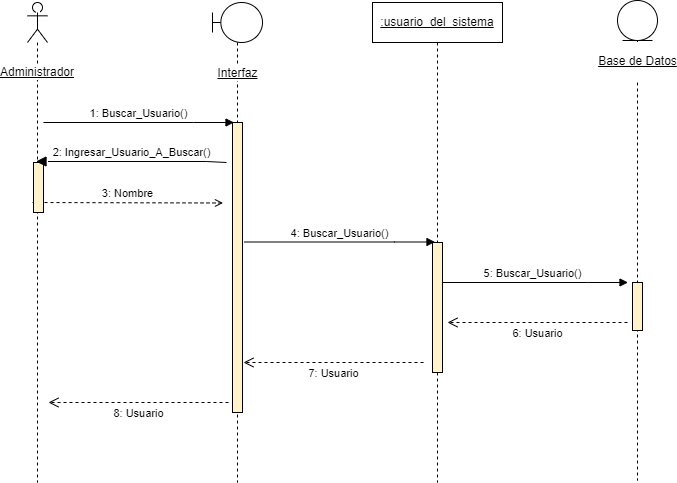
Above: CEA Proyect/Diagramas&Diseños/DiagramDeSecuencias/DSBuscarUsuario.png in ludwingx/AppCEA (draw.io), before the change. Source tidied: cells renumbered, new cells last; positions are measured from the earlier drawing's top-left corner, leaving out a move shared by most shapes. The source it was exported from:
```xml
<mxGraphModel>
  <root>
    <mxCell id="0" />
    <mxCell id="1" parent="0" />
    <mxCell id="2" value="5: Buscar_Usuario()" style="html=1;verticalAlign=bottom;endArrow=block;rounded=0;" parent="1" edge="1">
      <mxGeometry relative="1" as="geometry">
        <mxPoint x="410" y="282" as="sourcePoint" />
        <mxPoint x="600.5" y="282" as="targetPoint" />
        <Array as="points">
          <mxPoint x="560" y="282" />
        </Array>
      </mxGeometry>
    </mxCell>
    <mxCell id="3" value="3: Nombre" style="html=1;verticalAlign=bottom;endArrow=open;rounded=0;dashed=1;endFill=0;" parent="1" edge="1">
      <mxGeometry relative="1" as="geometry">
        <mxPoint x="5" y="202" as="sourcePoint" />
        <mxPoint x="195.5" y="202.5" as="targetPoint" />
      </mxGeometry>
    </mxCell>
    <mxCell id="4" value="Administrador" style="shape=umlLifeline;participant=umlActor;perimeter=lifelinePerimeter;whiteSpace=wrap;html=1;verticalAlign=middle;spacingTop=100;labelBackgroundColor=default;fontStyle=4;" parent="1" vertex="1">
      <mxGeometry y="2" width="20" height="480" as="geometry" />
    </mxCell>
    <mxCell id="5" value="Interfaz" style="shape=umlLifeline;participant=umlBoundary;perimeter=lifelinePerimeter;html=1;verticalAlign=middle;spacingTop=102;spacing=0;labelBackgroundColor=default;labelBorderColor=none;fontStyle=4;" parent="1" vertex="1">
      <mxGeometry x="185" y="2" width="50" height="480" as="geometry" />
    </mxCell>
    <mxCell id="6" style="html=1;perimeter=orthogonalPerimeter;labelBackgroundColor=default;labelBorderColor=none;strokeColor=#000000;fillColor=#fff2cc;" parent="5" vertex="1">
      <mxGeometry x="20" y="120" width="10" height="290" as="geometry" />
    </mxCell>
    <mxCell id="7" value="&lt;u&gt;:usuario_del_sistema&lt;/u&gt;" style="shape=umlLifeline;perimeter=lifelinePerimeter;whiteSpace=wrap;html=1;" parent="1" vertex="1">
      <mxGeometry x="345" y="2" width="130" height="480" as="geometry" />
    </mxCell>
    <mxCell id="8" style="html=1;perimeter=orthogonalPerimeter;labelBackgroundColor=default;labelBorderColor=none;strokeColor=#000000;fillColor=#fff2cc;" parent="7" vertex="1">
      <mxGeometry x="60" y="240" width="10" height="130" as="geometry" />
    </mxCell>
    <mxCell id="9" value="7: Usuario" style="html=1;verticalAlign=bottom;endArrow=open;dashed=1;endSize=8;rounded=0;strokeColor=default;" parent="7" edge="1">
      <mxGeometry y="20" relative="1" as="geometry">
        <mxPoint x="51" y="360" as="sourcePoint" />
        <mxPoint x="-129" y="360" as="targetPoint" />
      </mxGeometry>
    </mxCell>
    <mxCell id="10" value="&lt;p style=&quot;line-height: 1.2;&quot;&gt;&lt;u&gt;Base de Datos&lt;/u&gt;&lt;/p&gt;" style="shape=umlLifeline;participant=umlEntity;perimeter=lifelinePerimeter;html=1;verticalAlign=middle;spacingTop=81;fontSize=12;labelPosition=center;verticalLabelPosition=middle;align=center;spacingRight=0;spacing=0;labelBorderColor=none;labelBackgroundColor=default;" parent="1" vertex="1">
      <mxGeometry x="590" width="40" height="480" as="geometry" />
    </mxCell>
    <mxCell id="11" style="html=1;points=[];perimeter=orthogonalPerimeter;labelBackgroundColor=default;labelBorderColor=none;strokeColor=#000000;fillColor=#fff2cc;" parent="10" vertex="1">
      <mxGeometry x="15" y="282" width="10" height="48" as="geometry" />
    </mxCell>
    <mxCell id="12" style="html=1;perimeter=orthogonalPerimeter;labelBackgroundColor=default;labelBorderColor=none;strokeColor=#000000;fillColor=#fff2cc;" parent="1" vertex="1">
      <mxGeometry x="6" y="162" width="10" height="50" as="geometry" />
    </mxCell>
    <mxCell id="13" value="1: Buscar_Usuario()" style="html=1;verticalAlign=bottom;endArrow=block;rounded=0;" parent="1" edge="1">
      <mxGeometry relative="1" as="geometry">
        <mxPoint x="16" y="122" as="sourcePoint" />
        <mxPoint x="206.5" y="122" as="targetPoint" />
        <Array as="points">
          <mxPoint x="166" y="122" />
        </Array>
      </mxGeometry>
    </mxCell>
    <mxCell id="14" value="2: Ingresar_Usuario_A_Buscar()" style="html=1;verticalAlign=bottom;endArrow=block;endSize=8;rounded=0;endFill=1;" parent="1" edge="1">
      <mxGeometry relative="1" as="geometry">
        <mxPoint x="199" y="162" as="sourcePoint" />
        <mxPoint x="8.5" y="161" as="targetPoint" />
        <Array as="points">
          <mxPoint x="179" y="161" />
        </Array>
      </mxGeometry>
    </mxCell>
    <mxCell id="15" value="4: Buscar_Usuario()" style="html=1;verticalAlign=bottom;endArrow=block;rounded=0;" parent="1" edge="1">
      <mxGeometry relative="1" as="geometry">
        <mxPoint x="217" y="241.5" as="sourcePoint" />
        <mxPoint x="407.5" y="241.5" as="targetPoint" />
        <Array as="points">
          <mxPoint x="367" y="241.5" />
        </Array>
      </mxGeometry>
    </mxCell>
    <mxCell id="16" value="6: Usuario" style="html=1;verticalAlign=bottom;endArrow=open;dashed=1;endSize=8;rounded=0;strokeColor=default;" parent="1" edge="1">
      <mxGeometry y="20" relative="1" as="geometry">
        <mxPoint x="600" y="322" as="sourcePoint" />
        <mxPoint x="420" y="322" as="targetPoint" />
      </mxGeometry>
    </mxCell>
    <mxCell id="17" value="8: Usuario" style="html=1;verticalAlign=bottom;endArrow=open;dashed=1;endSize=8;rounded=0;strokeColor=default;" parent="1" edge="1">
      <mxGeometry y="20" relative="1" as="geometry">
        <mxPoint x="201" y="402" as="sourcePoint" />
        <mxPoint x="21" y="402" as="targetPoint" />
      </mxGeometry>
    </mxCell>
  </root>
</mxGraphModel>
```
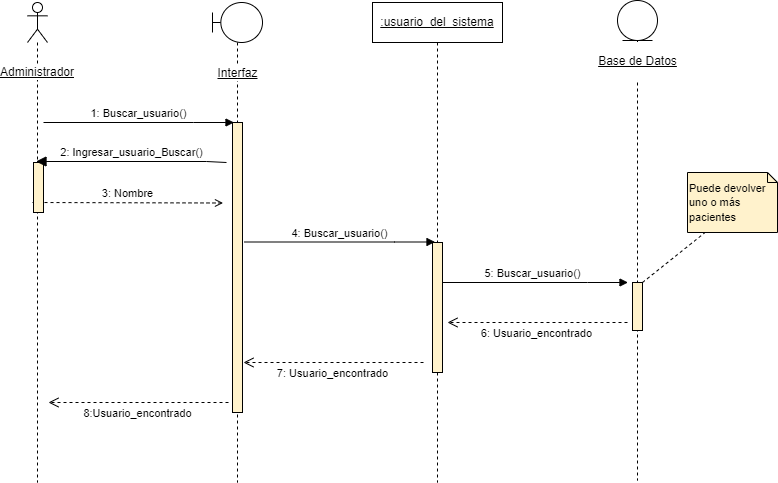
The same file after the commit.

Diff of the diagram source:
```diff
@@ -2,7 +2,7 @@
   <root>
     <mxCell id="0" />
     <mxCell id="1" parent="0" />
-    <mxCell id="2" value="5: Buscar_Usuario()" style="html=1;verticalAlign=bottom;endArrow=block;rounded=0;" parent="1" edge="1">
+    <mxCell id="2" value="5: Buscar_usuario()" style="html=1;verticalAlign=bottom;endArrow=block;rounded=0;" parent="1" edge="1">
       <mxGeometry relative="1" as="geometry">
         <mxPoint x="410" y="282" as="sourcePoint" />
         <mxPoint x="600.5" y="282" as="targetPoint" />
@@ -32,7 +32,7 @@
     <mxCell id="8" style="html=1;perimeter=orthogonalPerimeter;labelBackgroundColor=default;labelBorderColor=none;strokeColor=#000000;fillColor=#fff2cc;" parent="7" vertex="1">
       <mxGeometry x="60" y="240" width="10" height="130" as="geometry" />
     </mxCell>
-    <mxCell id="9" value="7: Usuario" style="html=1;verticalAlign=bottom;endArrow=open;dashed=1;endSize=8;rounded=0;strokeColor=default;" parent="7" edge="1">
+    <mxCell id="9" value="7: Usuario_encontrado" style="html=1;verticalAlign=bottom;endArrow=open;dashed=1;endSize=8;rounded=0;strokeColor=default;" parent="7" edge="1">
       <mxGeometry y="20" relative="1" as="geometry">
         <mxPoint x="51" y="360" as="sourcePoint" />
         <mxPoint x="-129" y="360" as="targetPoint" />
@@ -47,7 +47,7 @@
     <mxCell id="12" style="html=1;perimeter=orthogonalPerimeter;labelBackgroundColor=default;labelBorderColor=none;strokeColor=#000000;fillColor=#fff2cc;" parent="1" vertex="1">
       <mxGeometry x="6" y="162" width="10" height="50" as="geometry" />
     </mxCell>
-    <mxCell id="13" value="1: Buscar_Usuario()" style="html=1;verticalAlign=bottom;endArrow=block;rounded=0;" parent="1" edge="1">
+    <mxCell id="13" value="1: Buscar_usuario()" style="html=1;verticalAlign=bottom;endArrow=block;rounded=0;" parent="1" edge="1">
       <mxGeometry relative="1" as="geometry">
         <mxPoint x="16" y="122" as="sourcePoint" />
         <mxPoint x="206.5" y="122" as="targetPoint" />
@@ -56,7 +56,7 @@
         </Array>
       </mxGeometry>
     </mxCell>
-    <mxCell id="14" value="2: Ingresar_Usuario_A_Buscar()" style="html=1;verticalAlign=bottom;endArrow=block;endSize=8;rounded=0;endFill=1;" parent="1" edge="1">
+    <mxCell id="14" value="2: Ingresar_usuario_Buscar()" style="html=1;verticalAlign=bottom;endArrow=block;endSize=8;rounded=0;endFill=1;" parent="1" edge="1">
       <mxGeometry relative="1" as="geometry">
         <mxPoint x="199" y="162" as="sourcePoint" />
         <mxPoint x="8.5" y="161" as="targetPoint" />
@@ -65,7 +65,7 @@
         </Array>
       </mxGeometry>
     </mxCell>
-    <mxCell id="15" value="4: Buscar_Usuario()" style="html=1;verticalAlign=bottom;endArrow=block;rounded=0;" parent="1" edge="1">
+    <mxCell id="15" value="4: Buscar_usuario()" style="html=1;verticalAlign=bottom;endArrow=block;rounded=0;" parent="1" edge="1">
       <mxGeometry relative="1" as="geometry">
         <mxPoint x="217" y="241.5" as="sourcePoint" />
         <mxPoint x="407.5" y="241.5" as="targetPoint" />
@@ -74,17 +74,23 @@
         </Array>
       </mxGeometry>
     </mxCell>
-    <mxCell id="16" value="6: Usuario" style="html=1;verticalAlign=bottom;endArrow=open;dashed=1;endSize=8;rounded=0;strokeColor=default;" parent="1" edge="1">
+    <mxCell id="16" value="6: Usuario_encontrado" style="html=1;verticalAlign=bottom;endArrow=open;dashed=1;endSize=8;rounded=0;strokeColor=default;" parent="1" edge="1">
       <mxGeometry y="20" relative="1" as="geometry">
         <mxPoint x="600" y="322" as="sourcePoint" />
         <mxPoint x="420" y="322" as="targetPoint" />
       </mxGeometry>
     </mxCell>
-    <mxCell id="17" value="8: Usuario" style="html=1;verticalAlign=bottom;endArrow=open;dashed=1;endSize=8;rounded=0;strokeColor=default;" parent="1" edge="1">
+    <mxCell id="17" value="8:Usuario_encontrado" style="html=1;verticalAlign=bottom;endArrow=open;dashed=1;endSize=8;rounded=0;strokeColor=default;" parent="1" edge="1">
       <mxGeometry y="20" relative="1" as="geometry">
         <mxPoint x="201" y="402" as="sourcePoint" />
         <mxPoint x="21" y="402" as="targetPoint" />
       </mxGeometry>
     </mxCell>
+    <mxCell id="18" value="&lt;font style=&quot;font-size: 11px;&quot;&gt;Puede devolver uno o más pacientes&lt;/font&gt;" style="shape=note;size=10;whiteSpace=wrap;html=1;labelBackgroundColor=none;align=left;fillColor=#fff2cc;strokeColor=#000000;" parent="1" vertex="1">
+      <mxGeometry x="660" y="172" width="90" height="60" as="geometry" />
+    </mxCell>
+    <mxCell id="19" style="rounded=0;jettySize=auto;html=1;fontSize=11;endArrow=none;endFill=0;dashed=1;" parent="1" edge="1" source="11" target="18">
+      <mxGeometry relative="1" as="geometry" />
+    </mxCell>
   </root>
 </mxGraphModel>
```
